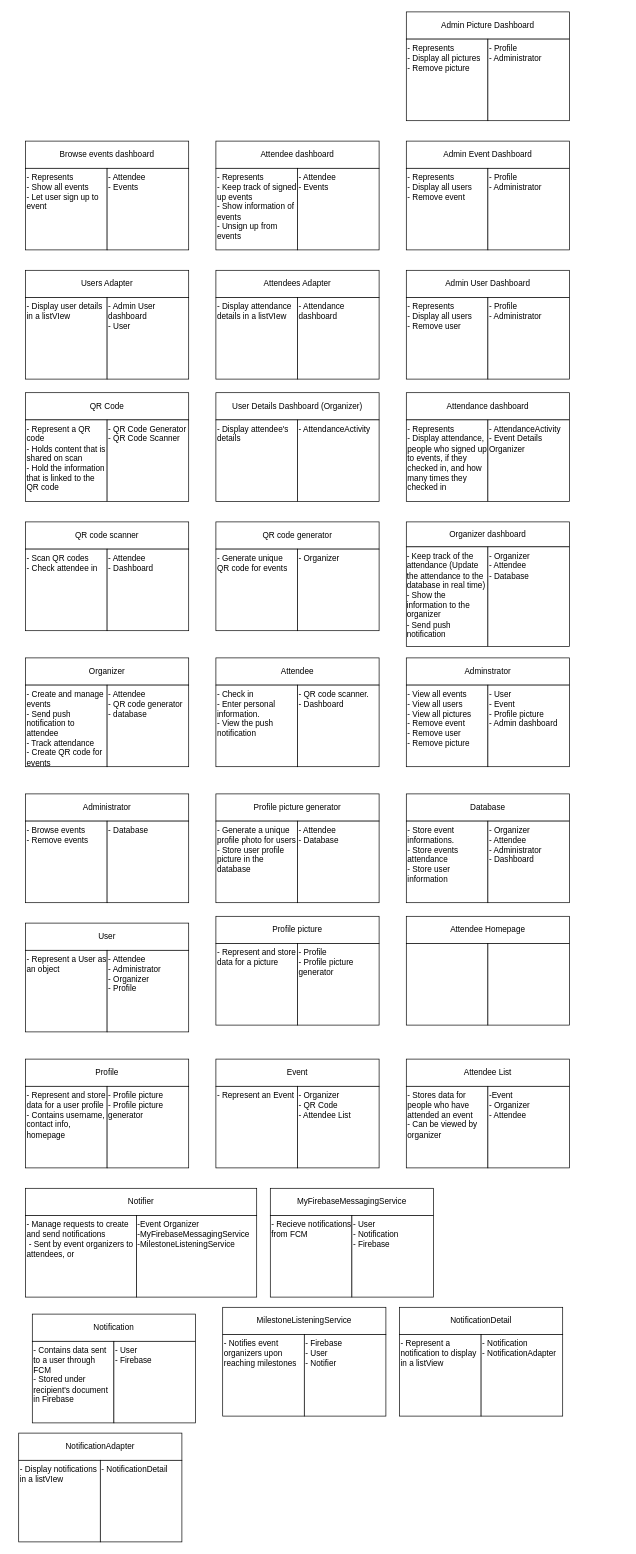
This is CRC.drawio from CMPUT301W24T20/Lins-Second-Strongest-Students, a draw.io file, before an edit. Source tidied: cells renumbered, new cells numbered last; positions are measured from the earlier drawing's top-left corner, leaving out a move shared by most shapes. Both pictures are drawn from the tidied source at 68%, with x=0, y=0 at pixel (18, 12).
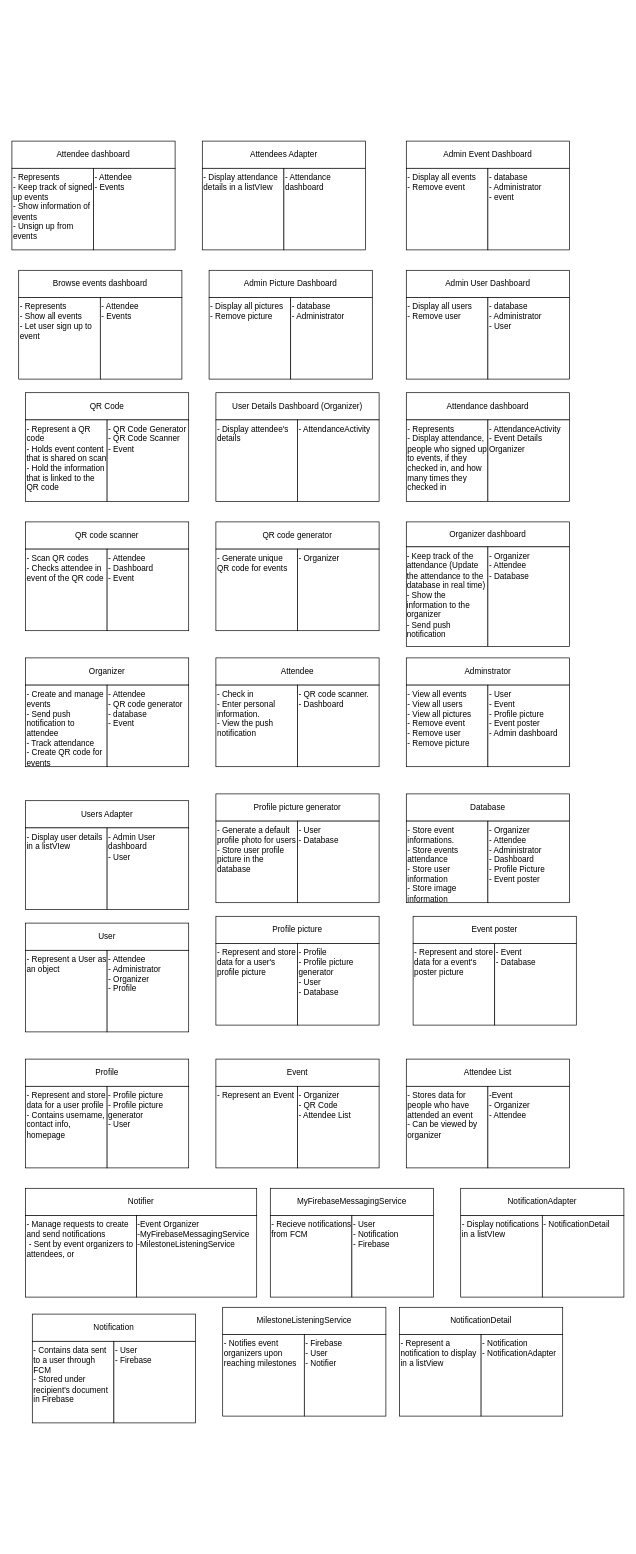
The same diagram, later.

Unchanged cells that the change refers to:
```xml
<mxCell id="2" style="group;align=left;verticalAlign=top;" parent="1" vertex="1">
  <mxGeometry x="10" y="750" width="240" height="160" as="geometry" />
</mxCell>
<mxCell id="10" style="group;" parent="1" vertex="1">
  <mxGeometry x="10" y="950" width="240" height="160" as="geometry" />
</mxCell>
<mxCell id="22" style="group;" parent="1" vertex="1">
  <mxGeometry x="290" y="1150" width="240" height="160" as="geometry" />
</mxCell>
<mxCell id="30" style="group;" parent="26" vertex="1">
  <mxGeometry y="200" width="240" height="160" as="geometry" />
</mxCell>
<mxCell id="34" style="group;" parent="1" vertex="1">
  <mxGeometry x="570" y="1150" width="240" height="160" as="geometry" />
</mxCell>
<mxCell id="38" style="group;align=left;verticalAlign=top;" parent="1" vertex="1">
  <mxGeometry x="10" y="560" width="240" height="160" as="geometry" />
</mxCell>
<mxCell id="46" style="group;" parent="1" vertex="1">
  <mxGeometry x="10" y="1540" width="240" height="160" as="geometry" />
</mxCell>
<mxCell id="50" style="group;" parent="1" vertex="1">
  <mxGeometry x="290" y="1330" width="240" height="160" as="geometry" />
</mxCell>
<mxCell id="106" style="group;" parent="1" vertex="1">
  <mxGeometry x="570" y="380" width="240" height="160" as="geometry" />
</mxCell>
<mxCell id="110" style="group;" parent="1" vertex="1">
  <mxGeometry x="570" y="190" width="240" height="160" as="geometry" />
</mxCell>
```

Change to the diagram source:
```diff
@@
-    <mxCell id="4" value="- Scan QR codes&lt;br&gt;- Check attendee in" style="rounded=0;whiteSpace=wrap;html=1;verticalAlign=top;align=left;" parent="2" vertex="1">
+    <mxCell id="4" value="- Scan QR codes&lt;br&gt;- Checks attendee in event of the QR code" style="rounded=0;whiteSpace=wrap;html=1;verticalAlign=top;align=left;" parent="2" vertex="1">
       <mxGeometry y="40" width="120" height="120" as="geometry" />
     </mxCell>
-    <mxCell id="5" value="- Attendee&lt;br&gt;&lt;div style=&quot;&quot;&gt;- Dashboard&lt;/div&gt;" style="rounded=0;whiteSpace=wrap;html=1;verticalAlign=top;align=left;" parent="2" vertex="1">
+    <mxCell id="5" value="- Attendee&lt;br&gt;&lt;div style=&quot;&quot;&gt;- Dashboard&lt;/div&gt;&lt;div style=&quot;&quot;&gt;- Event&lt;/div&gt;" style="rounded=0;whiteSpace=wrap;html=1;verticalAlign=top;align=left;" parent="2" vertex="1">
       <mxGeometry x="120" y="40" width="120" height="120" as="geometry" />
     </mxCell>
@@
-    <mxCell id="13" value="- Attendee&lt;br&gt;- QR code generator&lt;br&gt;- database &amp;nbsp;&amp;nbsp;" style="rounded=0;whiteSpace=wrap;html=1;align=left;verticalAlign=top;" parent="10" vertex="1">
+    <mxCell id="13" value="- Attendee&lt;br&gt;- QR code generator&lt;br&gt;- database&lt;div&gt;- Event&amp;nbsp; &amp;nbsp;&lt;/div&gt;" style="rounded=0;whiteSpace=wrap;html=1;align=left;verticalAlign=top;" parent="10" vertex="1">
       <mxGeometry x="120" y="40" width="120" height="120" as="geometry" />
     </mxCell>
@@
-    <mxCell id="18" style="group;" parent="1" vertex="1">
-      <mxGeometry x="10" y="1150" width="240" height="160" as="geometry" />
-    </mxCell>
-    <mxCell id="19" value="Administrator" style="rounded=0;whiteSpace=wrap;html=1;" parent="18" vertex="1">
-      <mxGeometry width="240" height="40" as="geometry" />
-    </mxCell>
-    <mxCell id="20" value="&lt;div style=&quot;&quot;&gt;- Browse events&lt;/div&gt;&lt;div style=&quot;&quot;&gt;- Remove events&lt;/div&gt;" style="rounded=0;whiteSpace=wrap;html=1;verticalAlign=top;align=left;" parent="18" vertex="1">
-      <mxGeometry y="40" width="120" height="120" as="geometry" />
-    </mxCell>
-    <mxCell id="21" value="- Database" style="rounded=0;whiteSpace=wrap;html=1;align=left;verticalAlign=top;" parent="18" vertex="1">
-      <mxGeometry x="120" y="40" width="120" height="120" as="geometry" />
-    </mxCell>
@@
-    <mxCell id="24" value="- Generate a unique profile photo for users&lt;br&gt;- Store user profile picture in the database&amp;nbsp;" style="rounded=0;whiteSpace=wrap;html=1;align=left;verticalAlign=top;" parent="22" vertex="1">
+    <mxCell id="24" value="- Generate a default profile photo for users&lt;br&gt;- Store user profile picture in the database&amp;nbsp;" style="rounded=0;whiteSpace=wrap;html=1;align=left;verticalAlign=top;" parent="22" vertex="1">
       <mxGeometry y="40" width="120" height="120" as="geometry" />
     </mxCell>
-    <mxCell id="25" value="- Attendee&lt;br&gt;&lt;div style=&quot;&quot;&gt;- Database&lt;/div&gt;" style="rounded=0;whiteSpace=wrap;html=1;align=left;verticalAlign=top;" parent="22" vertex="1">
+    <mxCell id="25" value="- User&lt;div&gt;&lt;span style=&quot;background-color: initial;&quot;&gt;- Database&lt;/span&gt;&lt;/div&gt;" style="rounded=0;whiteSpace=wrap;html=1;align=left;verticalAlign=top;" parent="22" vertex="1">
       <mxGeometry x="120" y="40" width="120" height="120" as="geometry" />
     </mxCell>
@@
-    <mxCell id="33" value="- User&lt;div&gt;- Event&lt;/div&gt;&lt;div&gt;- Profile picture&lt;/div&gt;&lt;div&gt;- Admin dashboard&lt;/div&gt;&lt;div&gt;&lt;br&gt;&lt;/div&gt;" style="rounded=0;whiteSpace=wrap;html=1;align=left;verticalAlign=top;" parent="30" vertex="1">
+    <mxCell id="33" value="- User&lt;div&gt;- Event&lt;/div&gt;&lt;div&gt;- Profile picture&lt;/div&gt;&lt;div&gt;- Event poster&lt;/div&gt;&lt;div&gt;- Admin dashboard&lt;/div&gt;&lt;div&gt;&lt;br&gt;&lt;/div&gt;" style="rounded=0;whiteSpace=wrap;html=1;align=left;verticalAlign=top;" parent="30" vertex="1">
       <mxGeometry x="120" y="40" width="120" height="120" as="geometry" />
     </mxCell>
@@
-    <mxCell id="36" value="- Store event informations.&lt;br&gt;- Store events attendance&lt;br&gt;- Store user information&amp;nbsp;" style="rounded=0;whiteSpace=wrap;html=1;verticalAlign=top;align=left;" parent="34" vertex="1">
+    <mxCell id="36" value="- Store event informations.&lt;br&gt;- Store events attendance&lt;br&gt;- Store user information&amp;nbsp;&lt;div&gt;- Store image information&lt;/div&gt;" style="rounded=0;whiteSpace=wrap;html=1;verticalAlign=top;align=left;" parent="34" vertex="1">
       <mxGeometry y="40" width="120" height="120" as="geometry" />
     </mxCell>
-    <mxCell id="37" value="- Organizer&lt;br&gt;- Attendee&lt;br&gt;- Administrator&lt;br&gt;- Dashboard &amp;nbsp;" style="rounded=0;whiteSpace=wrap;html=1;align=left;verticalAlign=top;" parent="34" vertex="1">
+    <mxCell id="37" value="- Organizer&lt;br&gt;- Attendee&lt;br&gt;- Administrator&lt;br&gt;- Dashboard&amp;nbsp;&lt;div&gt;- Profile Picture&lt;/div&gt;&lt;div&gt;- Event poster&lt;/div&gt;" style="rounded=0;whiteSpace=wrap;html=1;align=left;verticalAlign=top;" parent="34" vertex="1">
       <mxGeometry x="120" y="40" width="120" height="120" as="geometry" />
     </mxCell>
@@
-    <mxCell id="40" value="- Represent a QR code&lt;br&gt;- Holds content that is shared on scan&lt;br&gt;- Hold the information that is linked to the QR code&amp;nbsp;" style="rounded=0;whiteSpace=wrap;html=1;verticalAlign=top;align=left;" parent="38" vertex="1">
+    <mxCell id="40" value="- Represent a QR code&lt;br&gt;- Holds event content that is shared on scan&lt;br&gt;- Hold the information that is linked to the QR code&amp;nbsp;" style="rounded=0;whiteSpace=wrap;html=1;verticalAlign=top;align=left;" parent="38" vertex="1">
       <mxGeometry y="40" width="120" height="120" as="geometry" />
     </mxCell>
-    <mxCell id="41" value="- QR Code Generator&lt;br&gt;- QR Code Scanner&lt;br&gt;" style="rounded=0;whiteSpace=wrap;html=1;verticalAlign=top;align=left;" parent="38" vertex="1">
+    <mxCell id="41" value="- QR Code Generator&lt;br&gt;- QR Code Scanner&lt;br&gt;&lt;div&gt;- Event&lt;/div&gt;" style="rounded=0;whiteSpace=wrap;html=1;verticalAlign=top;align=left;" parent="38" vertex="1">
       <mxGeometry x="120" y="40" width="120" height="120" as="geometry" />
     </mxCell>
@@
-    <mxCell id="49" value="- Profile picture&lt;br&gt;- Profile picture generator" style="rounded=0;whiteSpace=wrap;html=1;align=left;verticalAlign=top;" parent="46" vertex="1">
+    <mxCell id="49" value="- Profile picture&lt;br&gt;- Profile picture generator&lt;div&gt;- User&lt;/div&gt;" style="rounded=0;whiteSpace=wrap;html=1;align=left;verticalAlign=top;" parent="46" vertex="1">
       <mxGeometry x="120" y="40" width="120" height="120" as="geometry" />
     </mxCell>
@@
-    <mxCell id="52" value="- Represent and store data for a picture" style="rounded=0;whiteSpace=wrap;html=1;align=left;verticalAlign=top;" parent="50" vertex="1">
+    <mxCell id="52" value="- Represent and store data for a user's profile picture" style="rounded=0;whiteSpace=wrap;html=1;align=left;verticalAlign=top;" parent="50" vertex="1">
       <mxGeometry y="40" width="120" height="120" as="geometry" />
     </mxCell>
-    <mxCell id="53" value="- Profile&lt;br&gt;- Profile picture generator" style="rounded=0;whiteSpace=wrap;html=1;align=left;verticalAlign=top;" parent="50" vertex="1">
+    <mxCell id="53" value="- Profile&lt;br&gt;- Profile picture generator&lt;div&gt;- User&lt;/div&gt;&lt;div&gt;- Database&lt;/div&gt;" style="rounded=0;whiteSpace=wrap;html=1;align=left;verticalAlign=top;" parent="50" vertex="1">
       <mxGeometry x="120" y="40" width="120" height="120" as="geometry" />
     </mxCell>
@@
-    <mxCell id="62" style="group;" parent="1" vertex="1">
-      <mxGeometry x="570" y="1330" width="240" height="160" as="geometry" />
-    </mxCell>
-    <mxCell id="63" value="Attendee Homepage" style="rounded=0;whiteSpace=wrap;html=1;" parent="62" vertex="1">
-      <mxGeometry width="240" height="40" as="geometry" />
-    </mxCell>
-    <mxCell id="64" style="rounded=0;whiteSpace=wrap;html=1;align=left;verticalAlign=top;" parent="62" vertex="1">
-      <mxGeometry y="40" width="120" height="120" as="geometry" />
-    </mxCell>
-    <mxCell id="65" style="rounded=0;whiteSpace=wrap;html=1;align=left;verticalAlign=top;" parent="62" vertex="1">
-      <mxGeometry x="120" y="40" width="120" height="120" as="geometry" />
-    </mxCell>
@@
     <mxCell id="74" style="group;" parent="1" vertex="1">
-      <mxGeometry y="2090" width="240" height="160" as="geometry" />
+      <mxGeometry x="650" y="1730" width="240" height="160" as="geometry" />
     </mxCell>
@@
     <mxCell id="98" style="group;" parent="1" vertex="1">
-      <mxGeometry x="290" y="380" width="240" height="160" as="geometry" />
+      <mxGeometry x="270" y="190" width="240" height="160" as="geometry" />
     </mxCell>
@@
     <mxCell id="102" style="group;" parent="1" vertex="1">
-      <mxGeometry x="10" y="380" width="240" height="160" as="geometry" />
+      <mxGeometry x="10" y="1160" width="240" height="160" as="geometry" />
     </mxCell>
@@
-    <mxCell id="108" value="&lt;div&gt;- Represents&lt;/div&gt;- Display all users&lt;div&gt;- Remove user&lt;/div&gt;" style="rounded=0;whiteSpace=wrap;html=1;align=left;verticalAlign=top;" parent="106" vertex="1">
+    <mxCell id="108" value="&lt;div&gt;&lt;span style=&quot;background-color: initial;&quot;&gt;- Display all users&lt;/span&gt;&lt;br&gt;&lt;/div&gt;&lt;div&gt;- Remove user&lt;/div&gt;" style="rounded=0;whiteSpace=wrap;html=1;align=left;verticalAlign=top;" parent="106" vertex="1">
       <mxGeometry y="40" width="120" height="120" as="geometry" />
     </mxCell>
-    <mxCell id="109" value="- Profile&lt;div&gt;- Administrator&lt;/div&gt;" style="rounded=0;whiteSpace=wrap;html=1;align=left;verticalAlign=top;" parent="106" vertex="1">
+    <mxCell id="109" value="- database&lt;div&gt;- Administrator&lt;/div&gt;&lt;div&gt;-&amp;nbsp;&lt;span style=&quot;background-color: initial;&quot;&gt;User&lt;/span&gt;&lt;/div&gt;" style="rounded=0;whiteSpace=wrap;html=1;align=left;verticalAlign=top;" parent="106" vertex="1">
       <mxGeometry x="120" y="40" width="120" height="120" as="geometry" />
     </mxCell>
@@
-    <mxCell id="112" value="&lt;div&gt;- Represents&lt;/div&gt;- Display all users&lt;div&gt;- Remove event&lt;/div&gt;" style="rounded=0;whiteSpace=wrap;html=1;align=left;verticalAlign=top;" parent="110" vertex="1">
+    <mxCell id="112" value="&lt;div&gt;&lt;span style=&quot;background-color: initial;&quot;&gt;- Display all events&lt;/span&gt;&lt;br&gt;&lt;/div&gt;&lt;div&gt;- Remove event&lt;/div&gt;" style="rounded=0;whiteSpace=wrap;html=1;align=left;verticalAlign=top;" parent="110" vertex="1">
       <mxGeometry y="40" width="120" height="120" as="geometry" />
     </mxCell>
-    <mxCell id="113" value="- Profile&lt;div&gt;- Administrator&lt;/div&gt;" style="rounded=0;whiteSpace=wrap;html=1;align=left;verticalAlign=top;" parent="110" vertex="1">
+    <mxCell id="113" value="- database&lt;div&gt;- Administrator&lt;/div&gt;&lt;div&gt;- event&lt;/div&gt;" style="rounded=0;whiteSpace=wrap;html=1;align=left;verticalAlign=top;" parent="110" vertex="1">
       <mxGeometry x="120" y="40" width="120" height="120" as="geometry" />
     </mxCell>
     <mxCell id="114" style="group;" parent="1" vertex="1">
-      <mxGeometry x="290" y="190" width="240" height="160" as="geometry" />
+      <mxGeometry x="-10" y="190" width="240" height="160" as="geometry" />
     </mxCell>
@@
     <mxCell id="118" style="group;" parent="1" vertex="1">
-      <mxGeometry x="10" y="190" width="240" height="160" as="geometry" />
+      <mxGeometry y="380" width="240" height="160" as="geometry" />
     </mxCell>
@@
     <mxCell id="122" style="group;" parent="1" vertex="1">
-      <mxGeometry x="570" width="240" height="160" as="geometry" />
+      <mxGeometry x="280" y="380" width="240" height="160" as="geometry" />
     </mxCell>
@@
-    <mxCell id="124" value="&lt;div&gt;- Represents&lt;/div&gt;- Display all pictures&lt;div&gt;- Remove picture&lt;/div&gt;" style="rounded=0;whiteSpace=wrap;html=1;align=left;verticalAlign=top;" parent="122" vertex="1">
+    <mxCell id="124" value="&lt;div&gt;&lt;span style=&quot;background-color: initial;&quot;&gt;- Display all pictures&lt;/span&gt;&lt;br&gt;&lt;/div&gt;&lt;div&gt;- Remove picture&lt;/div&gt;" style="rounded=0;whiteSpace=wrap;html=1;align=left;verticalAlign=top;" parent="122" vertex="1">
       <mxGeometry y="40" width="120" height="120" as="geometry" />
     </mxCell>
-    <mxCell id="125" value="- Profile&lt;div&gt;- Administrator&lt;/div&gt;" style="rounded=0;whiteSpace=wrap;html=1;align=left;verticalAlign=top;" parent="122" vertex="1">
+    <mxCell id="125" value="- database&lt;div&gt;- Administrator&lt;/div&gt;" style="rounded=0;whiteSpace=wrap;html=1;align=left;verticalAlign=top;" parent="122" vertex="1">
       <mxGeometry x="120" y="40" width="120" height="120" as="geometry" />
     </mxCell>
+    <mxCell id="126" style="group;" parent="1" vertex="1">
+      <mxGeometry x="580" y="1330" width="240" height="160" as="geometry" />
+    </mxCell>
+    <mxCell id="127" value="Event poster" style="rounded=0;whiteSpace=wrap;html=1;" parent="126" vertex="1">
+      <mxGeometry width="240" height="40" as="geometry" />
+    </mxCell>
+    <mxCell id="128" value="- Represent and store data for a event's poster picture" style="rounded=0;whiteSpace=wrap;html=1;align=left;verticalAlign=top;" parent="126" vertex="1">
+      <mxGeometry y="40" width="120" height="120" as="geometry" />
+    </mxCell>
+    <mxCell id="129" value="- Event&lt;br&gt;- Database" style="rounded=0;whiteSpace=wrap;html=1;align=left;verticalAlign=top;" parent="126" vertex="1">
+      <mxGeometry x="120" y="40" width="120" height="120" as="geometry" />
+    </mxCell>
```
